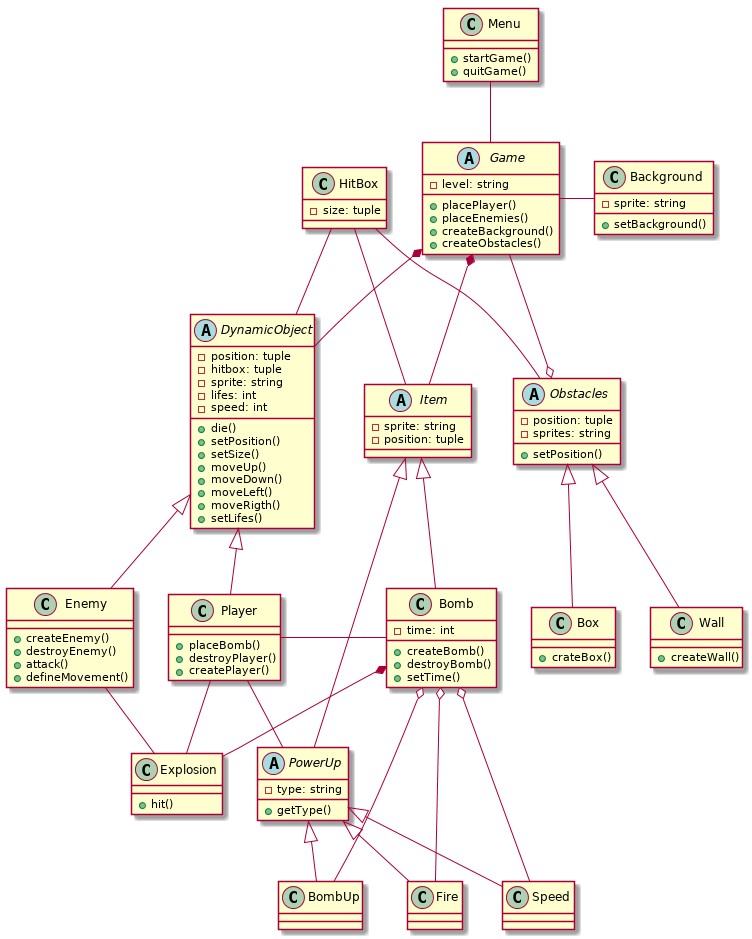
The PlantUML diagram Bomberman UML/Diagrama de clases/ver1/Bomberman_UML_Clases_v.1.png in vtroitio/Bomberman, before a commit.
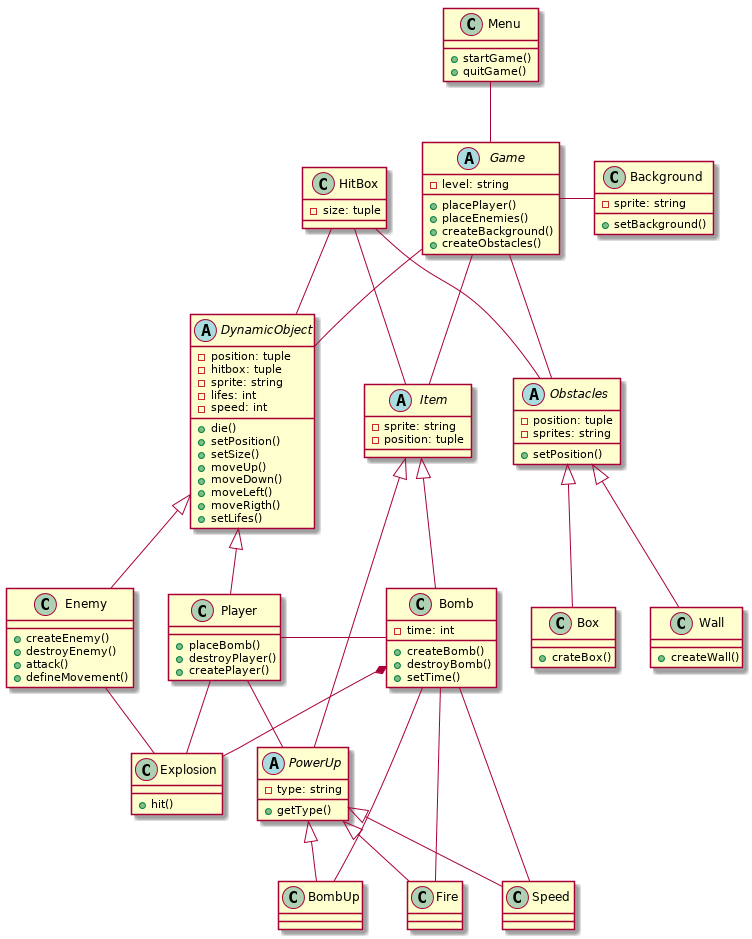
After the commit.

Commit message:
Cambio Diagrama de clases y actividades

Change to the diagram source:
```diff
@@ -108,15 +108,15 @@
 PowerUp <|-- Fire
 PowerUp <|-- BombUp
 Bomb *-- Explosion
-Bomb o-- Fire
-Bomb o-- Speed
-Bomb o-- BombUp
+Bomb -- Fire
+Bomb -- Speed
+Bomb -- BombUp
 Item <|-- Bomb
 Item <|-- PowerUp
-Game *-- Item
-Game *-- DynamicObject
+Game -- Item
+Game -- DynamicObject
 Game --right Background
-Obstacles o--up Game
+Obstacles --up Game
 Menu -- Game
 HitBox -- DynamicObject
 HitBox -- Item
```
